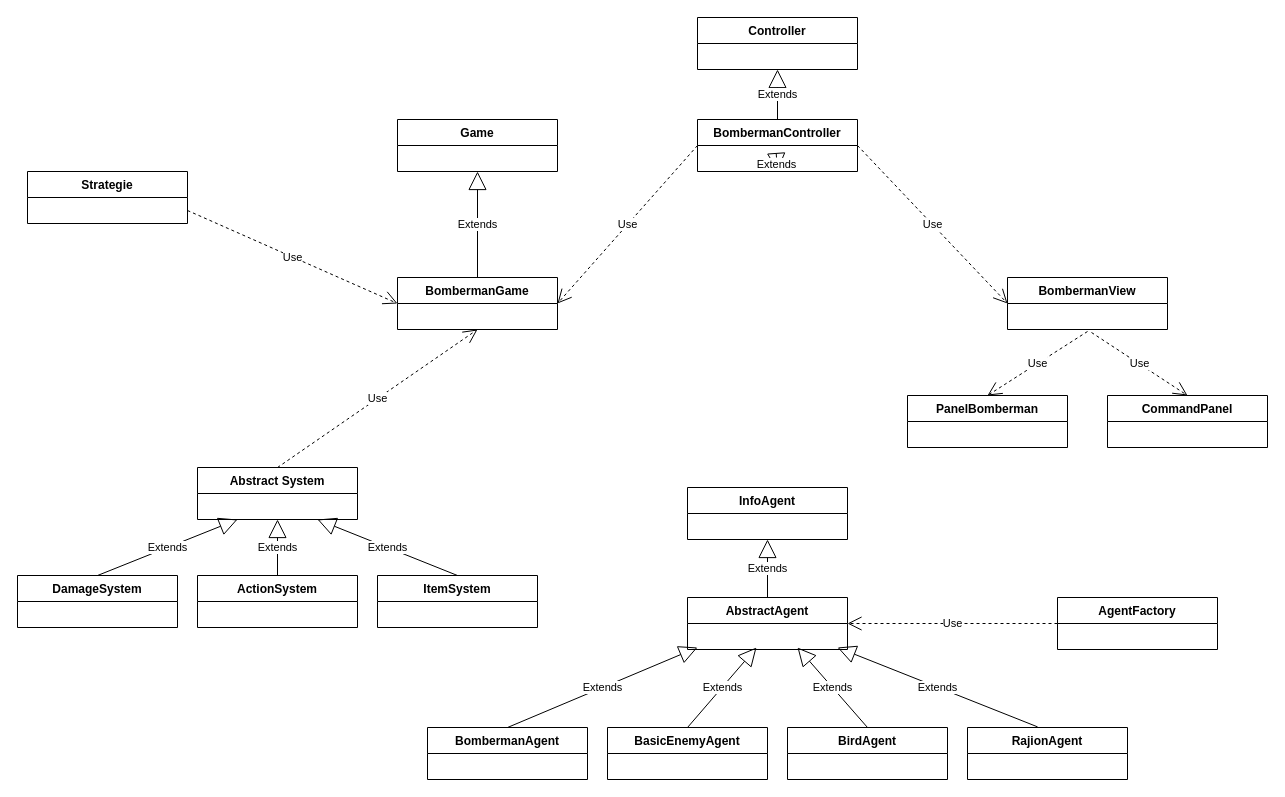
The draw.io diagram class_diagram.drawio in AloisL/bomberman, before the edit. Source tidied: cells renumbered, new cells numbered last; positions are measured from the earlier drawing's top-left corner, leaving out a move shared by most shapes. Both pictures are drawn from the tidied source at 100%, with x=0, y=0 at pixel (17, 17).
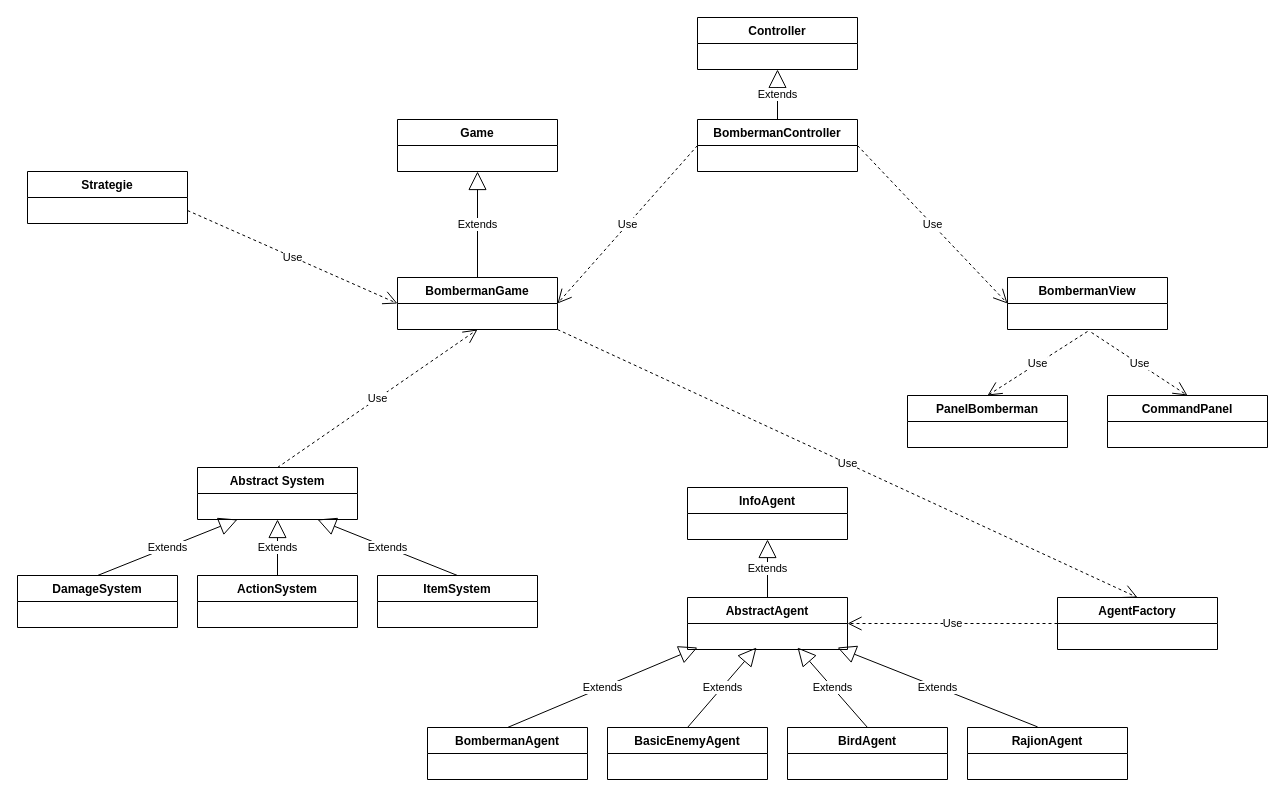
The same diagram, later.

Unchanged cells that the change refers to:
```xml
<mxCell id="4" value="BombermanGame" style="swimlane;fontStyle=1;align=center;verticalAlign=top;horizontal=1;startSize=26;" parent="1" vertex="1">
  <mxGeometry x="380" y="260" width="160" height="52" as="geometry" />
</mxCell>
<mxCell id="35" value="AgentFactory" style="swimlane;fontStyle=1;align=center;verticalAlign=top;horizontal=1;startSize=26;" parent="1" vertex="1">
  <mxGeometry x="1040" y="580" width="160" height="52" as="geometry" />
</mxCell>
<mxCell id="37" value="BombermanController" style="swimlane;fontStyle=1;align=center;verticalAlign=top;horizontal=1;startSize=26;" parent="1" vertex="1">
  <mxGeometry x="680" y="102" width="160" height="52" as="geometry" />
</mxCell>
```

What changed in the source:
```diff
@@
-    <mxCell id="38" value="Extends" style="endArrow=block;endSize=16;endFill=0;html=1;exitX=0.5;exitY=0;exitDx=0;exitDy=0;entryX=0.5;entryY=1;entryDx=0;entryDy=0;" parent="1" edge="1" target="37">
-      <mxGeometry relative="1" as="geometry">
-        <mxPoint x="759" y="140" as="sourcePoint" />
-      </mxGeometry>
-    </mxCell>
+    <mxCell id="39" value="Use" style="endArrow=open;endSize=12;dashed=1;html=1;entryX=0.5;entryY=0;entryDx=0;entryDy=0;exitX=1;exitY=1;exitDx=0;exitDy=0;" parent="1" edge="1" source="4" target="35">
+      <mxGeometry relative="1" as="geometry" />
+    </mxCell>
```
